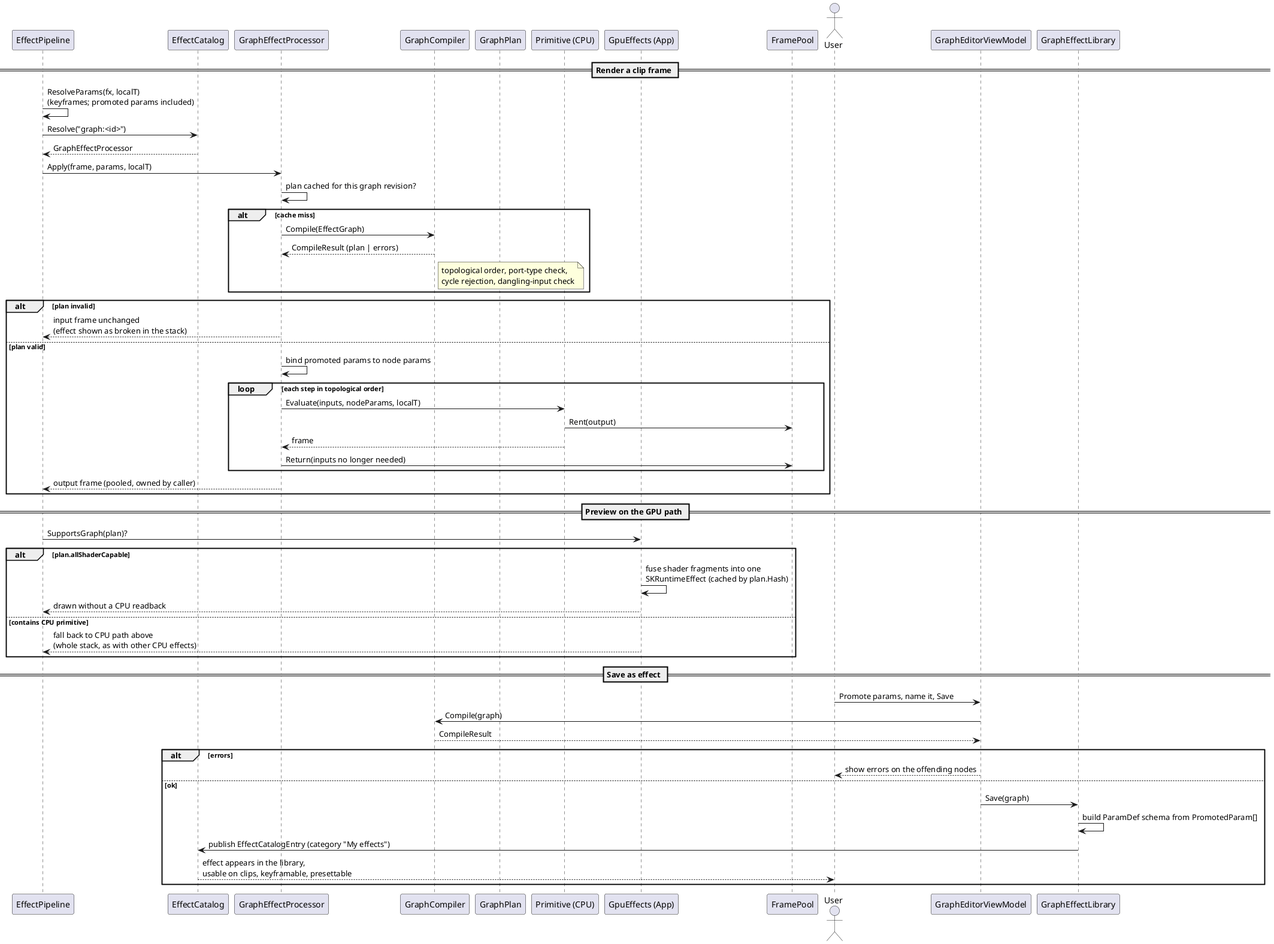
The PlantUML diagram uml/media/effects-graph-pipeline.png in Die-Banane/Fig, before a commit.
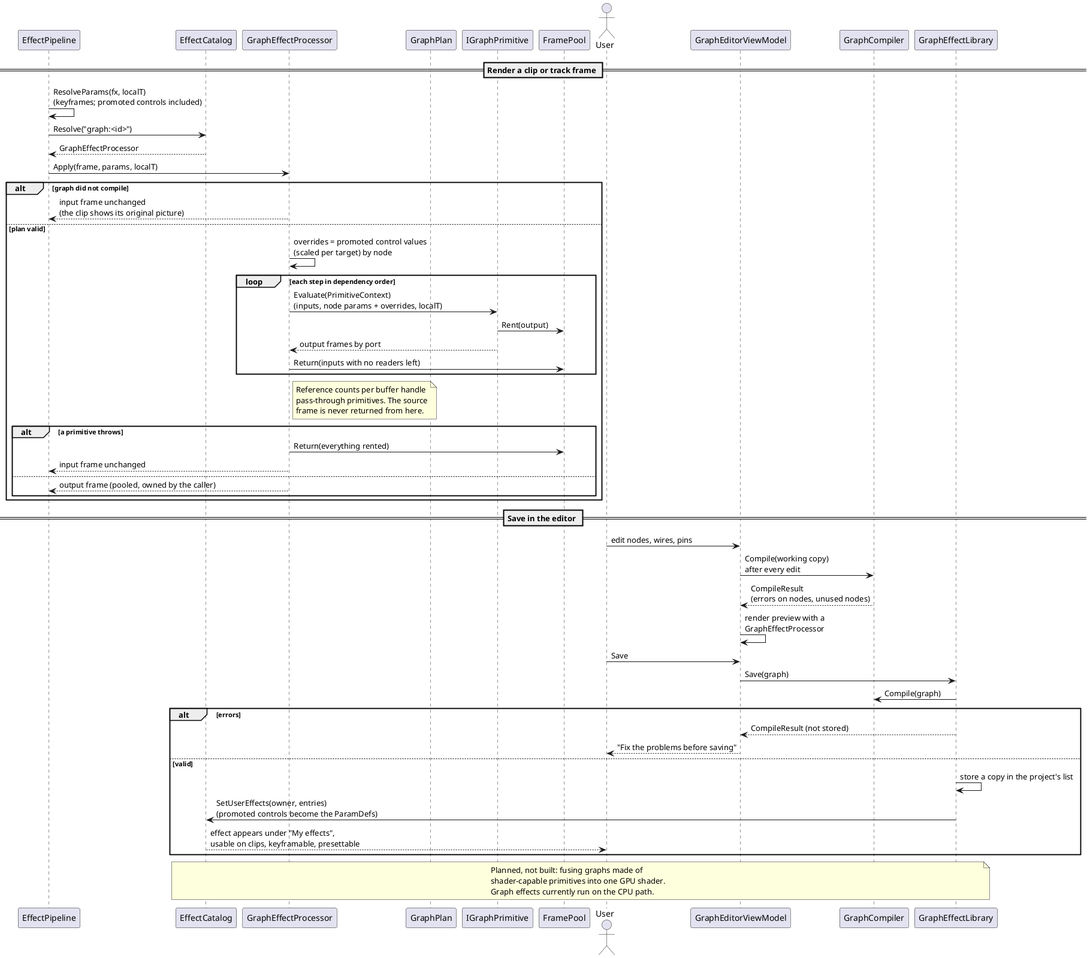
The same diagram one commit later.

What changed in the source:
```diff
@@ -4,65 +4,65 @@
 participant "EffectPipeline" as P
 participant "EffectCatalog" as C
 participant "GraphEffectProcessor" as G
-participant "GraphCompiler" as K
 participant "GraphPlan" as Plan
-participant "Primitive (CPU)" as Cpu
-participant "GpuEffects (App)" as Gpu
+participant "IGraphPrimitive" as Prim
 participant "FramePool" as Pool
 
-== Render a clip frame ==
-P -> P : ResolveParams(fx, localT)\n(keyframes; promoted params included)
+== Render a clip or track frame ==
+P -> P : ResolveParams(fx, localT)\n(keyframes; promoted controls included)
 P -> C : Resolve("graph:<id>")
 C --> P : GraphEffectProcessor
 P -> G : Apply(frame, params, localT)
 
-G -> G : plan cached for this graph revision?
-alt cache miss
-  G -> K : Compile(EffectGraph)
-  K --> G : CompileResult (plan | errors)
-  note right of K
-    topological order, port-type check,
-    cycle rejection, dangling-input check
+alt graph did not compile
+  G --> P : input frame unchanged\n(the clip shows its original picture)
+else plan valid
+  G -> G : overrides = promoted control values\n(scaled per target) by node
+  loop each step in dependency order
+    G -> Prim : Evaluate(PrimitiveContext)\n(inputs, node params + overrides, localT)
+    Prim -> Pool : Rent(output)
+    Prim --> G : output frames by port
+    G -> Pool : Return(inputs with no readers left)
+  end
+  note right of G
+    Reference counts per buffer handle
+    pass-through primitives. The source
+    frame is never returned from here.
   end note
+  alt a primitive throws
+    G -> Pool : Return(everything rented)
+    G --> P : input frame unchanged
+  else
+    G --> P : output frame (pooled, owned by the caller)
+  end
 end
 
-alt plan invalid
-  G --> P : input frame unchanged\n(effect shown as broken in the stack)
-else plan valid
-  G -> G : bind promoted params to node params
-  loop each step in topological order
-    G -> Cpu : Evaluate(inputs, nodeParams, localT)
-    Cpu -> Pool : Rent(output)
-    Cpu --> G : frame
-    G -> Pool : Return(inputs no longer needed)
-  end
-  G --> P : output frame (pooled, owned by caller)
+== Save in the editor ==
+actor User
+participant "GraphEditorViewModel" as VM
+participant "GraphCompiler" as K
+participant "GraphEffectLibrary" as Lib
+
+User -> VM : edit nodes, wires, pins
+VM -> K : Compile(working copy)\nafter every edit
+K --> VM : CompileResult\n(errors on nodes, unused nodes)
+VM -> VM : render preview with a\nGraphEffectProcessor
+User -> VM : Save
+VM -> Lib : Save(graph)
+Lib -> K : Compile(graph)
+alt errors
+  Lib --> VM : CompileResult (not stored)
+  VM --> User : "Fix the problems before saving"
+else valid
+  Lib -> Lib : store a copy in the project's list
+  Lib -> C : SetUserEffects(owner, entries)\n(promoted controls become the ParamDefs)
+  C --> User : effect appears under "My effects",\nusable on clips, keyframable, presettable
 end
 
-== Preview on the GPU path ==
-P -> Gpu : SupportsGraph(plan)?
-alt plan.allShaderCapable
-  Gpu -> Gpu : fuse shader fragments into one\nSKRuntimeEffect (cached by plan.Hash)
-  Gpu --> P : drawn without a CPU readback
-else contains CPU primitive
-  Gpu --> P : fall back to CPU path above\n(whole stack, as with other CPU effects)
-end
-
-== Save as effect ==
-actor User
-participant "GraphEditorViewModel" as VM
-participant "GraphEffectLibrary" as Lib
-
-User -> VM : Promote params, name it, Save
-VM -> K : Compile(graph)
-K --> VM : CompileResult
-alt errors
-  VM --> User : show errors on the offending nodes
-else ok
-  VM -> Lib : Save(graph)
-  Lib -> Lib : build ParamDef schema from PromotedParam[]
-  Lib -> C : publish EffectCatalogEntry (category "My effects")
-  C --> User : effect appears in the library,\nusable on clips, keyframable, presettable
-end
+note over Lib, C
+  Planned, not built: fusing graphs made of
+  shader-capable primitives into one GPU shader.
+  Graph effects currently run on the CPU path.
+end note
 
 @enduml
```
